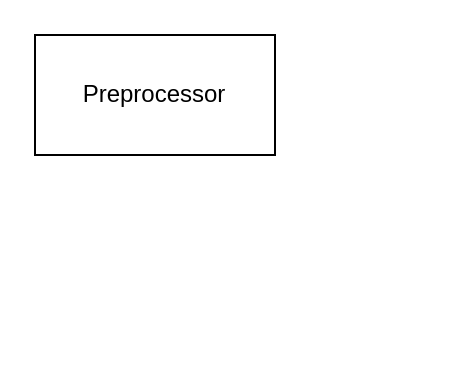
The draw.io diagram Untitled Diagram.drawio in nocentxx/plotutils, before the edit. Source tidied: cells renumbered, new cells numbered last; positions are measured from the earlier drawing's top-left corner, leaving out a move shared by most shapes. Both pictures are drawn from the tidied source at 200%, with x=0, y=0 at pixel (34, 34).
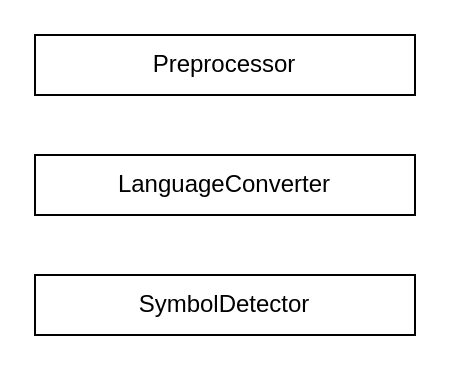
Above is the later version.

Commit message (it also covers changes not shown here):
TTS_Preprocess

What changed in the source:
```diff
@@
 <mxGraphModel>
   <root>
     <mxCell id="0" />
     <mxCell id="1" parent="0" />
     <mxCell id="2" value="Preprocessor" style="rounded=0;whiteSpace=wrap;html=1;" parent="1" vertex="1">
-      <mxGeometry width="120" height="60" as="geometry" />
+      <mxGeometry width="190" height="30" as="geometry" />
     </mxCell>
+    <mxCell id="3" value="LanguageConverter" style="rounded=0;whiteSpace=wrap;html=1;" parent="1" vertex="1">
+      <mxGeometry y="60" width="190" height="30" as="geometry" />
+    </mxCell>
+    <mxCell id="4" value="SymbolDetector" style="rounded=0;whiteSpace=wrap;html=1;" parent="1" vertex="1">
+      <mxGeometry y="120" width="190" height="30" as="geometry" />
+    </mxCell>
   </root>
 </mxGraphModel>
```
